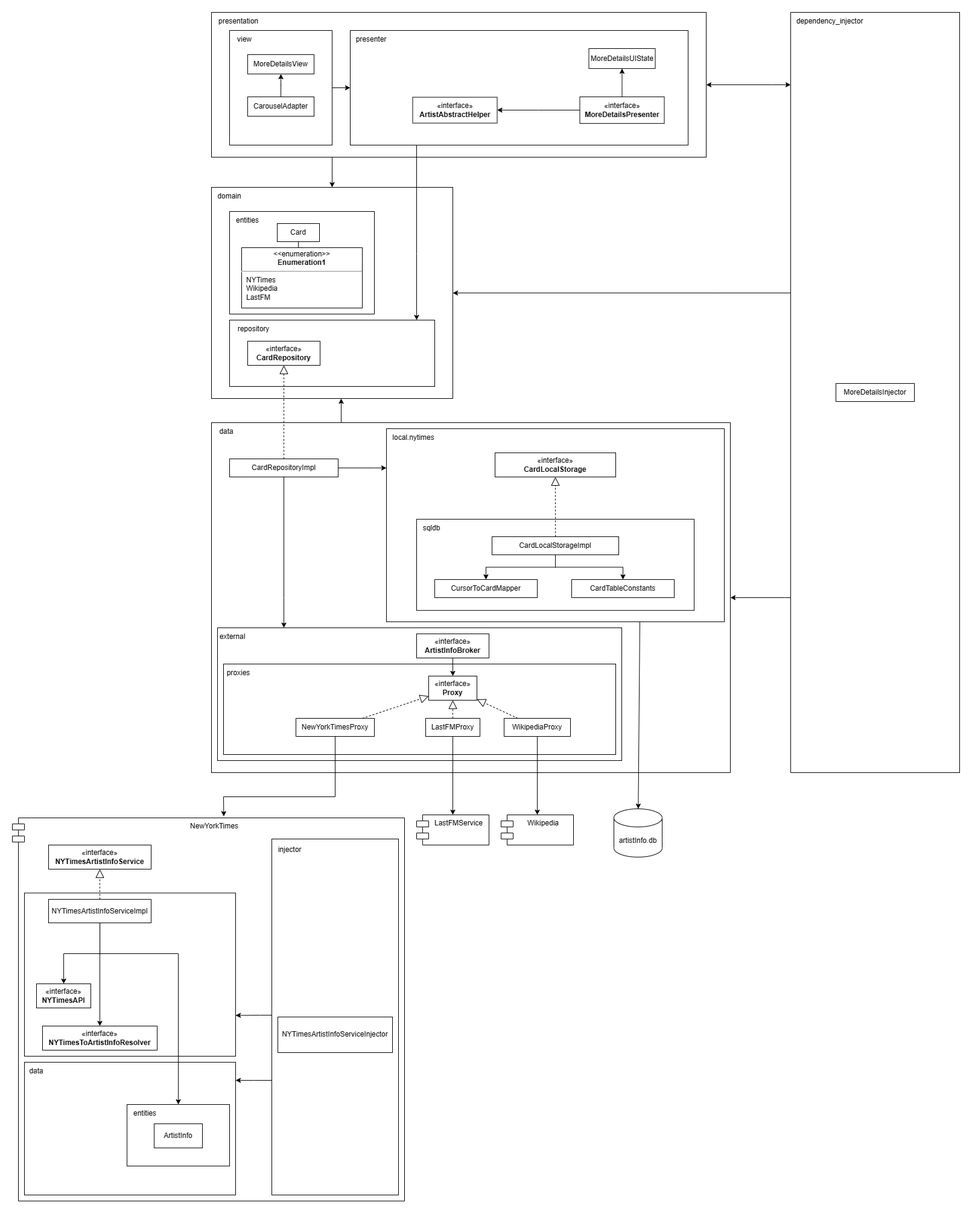
The draw.io diagram docs/moredetails_classes_diagram.png in elagarrigue/AyDS23-NewYork3, before a commit. Source tidied: cells renumbered, new cells last; positions are measured from the earlier drawing's top-left corner, leaving out a move shared by most shapes.
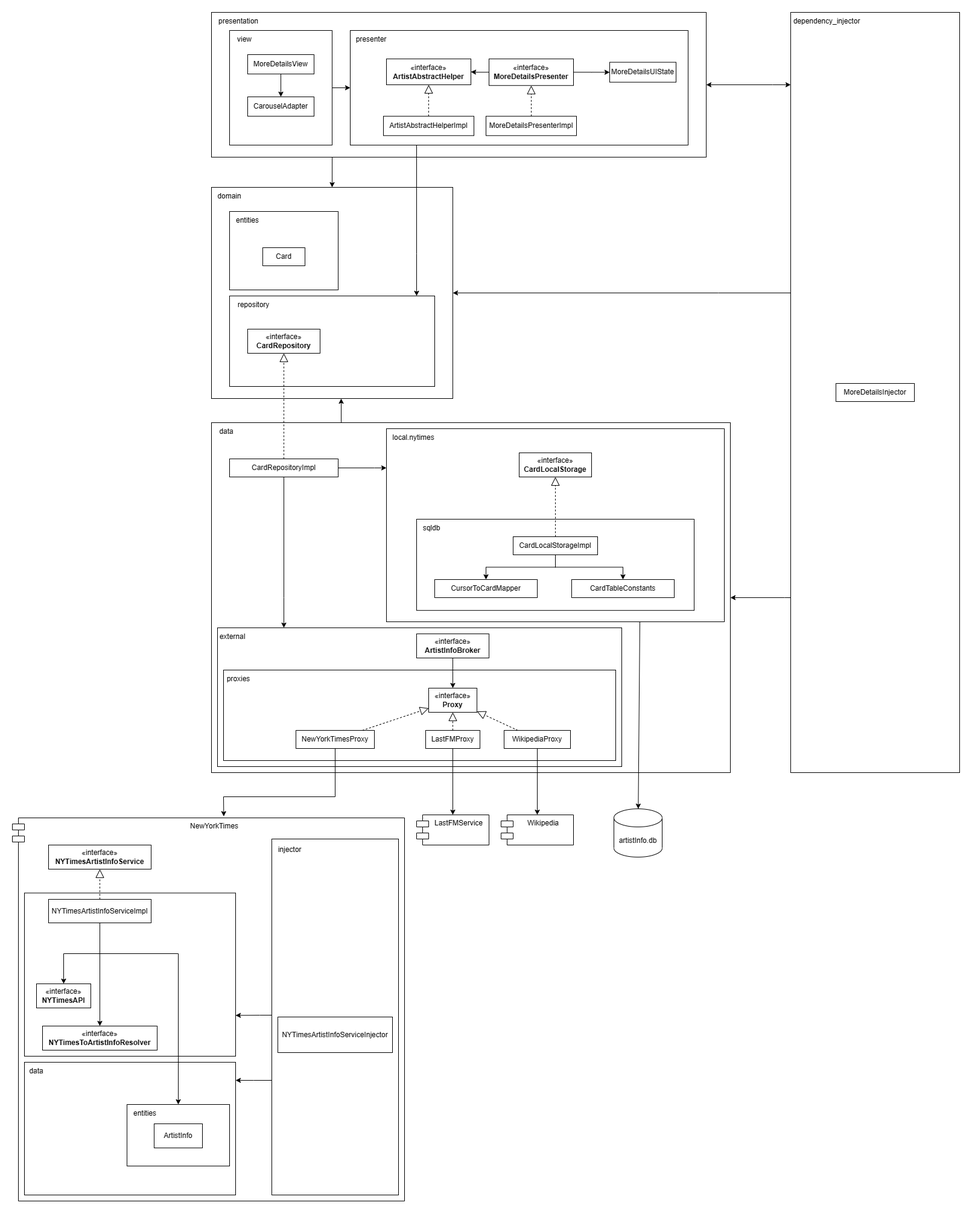
After the change.

Commit message:
Fixed `moredetails` classes diagram

Change to the diagram source:
```diff
@@ -15,17 +15,13 @@
       <mxGeometry x="230" y="30" width="560" height="190" as="geometry" />
     </mxCell>
     <mxCell id="6" value="MoreDetailsUIState" style="html=1;whiteSpace=wrap;rounded=0;" parent="2" vertex="1">
-      <mxGeometry x="625.5" y="60" width="110" height="33.1" as="geometry" />
+      <mxGeometry x="660" y="82.7" width="110" height="33.1" as="geometry" />
     </mxCell>
     <mxCell id="7" style="edgeStyle=orthogonalEdgeStyle;rounded=0;jettySize=auto;html=1;" parent="2" edge="1" source="8" target="6">
-      <mxGeometry relative="1" as="geometry">
-        <Array as="points">
-          <mxPoint x="681" y="72" />
-        </Array>
-      </mxGeometry>
+      <mxGeometry relative="1" as="geometry" />
     </mxCell>
     <mxCell id="8" value="«interface»&lt;br&gt;&lt;b&gt;MoreDetailsPresenter&lt;/b&gt;" style="html=1;whiteSpace=wrap;rounded=0;" parent="2" vertex="1">
-      <mxGeometry x="610.5" y="140" width="140" height="44.1" as="geometry" />
+      <mxGeometry x="460" y="77.1" width="140" height="44.1" as="geometry" />
     </mxCell>
     <mxCell id="9" value="presenter" style="text;html=1;strokeColor=none;fillColor=none;align=center;verticalAlign=middle;whiteSpace=wrap;rounded=0;" parent="2" vertex="1">
       <mxGeometry x="230" y="30" width="70" height="30" as="geometry" />
@@ -34,7 +30,7 @@
       <mxGeometry relative="1" as="geometry" />
     </mxCell>
     <mxCell id="11" value="«interface»&lt;br&gt;&lt;b&gt;ArtistAbstractHelper&lt;/b&gt;" style="html=1;whiteSpace=wrap;rounded=0;" parent="2" vertex="1">
-      <mxGeometry x="333.5" y="140.6" width="140" height="42.9" as="geometry" />
+      <mxGeometry x="290" y="77.1" width="140" height="42.9" as="geometry" />
     </mxCell>
     <mxCell id="12" style="edgeStyle=orthogonalEdgeStyle;rounded=0;jettySize=auto;html=1;" parent="2" edge="1" source="8" target="11">
       <mxGeometry relative="1" as="geometry" />
@@ -43,20 +39,32 @@
       <mxGeometry x="30" y="30" width="170" height="190" as="geometry" />
     </mxCell>
     <mxCell id="14" value="view" style="text;html=1;strokeColor=none;fillColor=none;align=center;verticalAlign=middle;whiteSpace=wrap;rounded=0;" parent="2" vertex="1">
-      <mxGeometry x="30" y="30" width="50" height="30.4" as="geometry" />
+      <mxGeometry x="40" y="30" width="30" height="30.4" as="geometry" />
     </mxCell>
+    <mxCell id="105" style="edgeStyle=orthogonalEdgeStyle;rounded=0;jettySize=auto;html=1;" parent="2" edge="1" source="15" target="18">
+      <mxGeometry relative="1" as="geometry" />
+    </mxCell>
     <mxCell id="15" value="MoreDetailsView" style="html=1;whiteSpace=wrap;rounded=0;" parent="2" vertex="1">
       <mxGeometry x="60" y="70" width="110" height="32.1" as="geometry" />
     </mxCell>
     <mxCell id="16" style="edgeStyle=none;jettySize=auto;html=1;rounded=0;entryX=0.5;entryY=0;entryDx=0;entryDy=0;exitX=0.244;exitY=1.002;exitDx=0;exitDy=0;exitPerimeter=0;" parent="2" edge="1" source="3" target="20">
       <mxGeometry relative="1" as="geometry" />
     </mxCell>
-    <mxCell id="17" style="edgeStyle=orthogonalEdgeStyle;rounded=0;jettySize=auto;html=1;" parent="2" edge="1" source="18" target="15">
-      <mxGeometry relative="1" as="geometry" />
-    </mxCell>
     <mxCell id="18" value="CarouselAdapter" style="html=1;whiteSpace=wrap;rounded=0;" parent="2" vertex="1">
       <mxGeometry x="60" y="140" width="110" height="32.1" as="geometry" />
     </mxCell>
+    <mxCell id="106" value="MoreDetailsPresenterImpl" style="html=1;whiteSpace=wrap;rounded=0;" parent="2" vertex="1">
+      <mxGeometry x="455" y="172.2" width="150" height="32.1" as="geometry" />
+    </mxCell>
+    <mxCell id="107" style="endArrow=block;dashed=1;endFill=0;endSize=12;html=1;" parent="2" edge="1" source="106" target="8">
+      <mxGeometry relative="1" as="geometry" />
+    </mxCell>
+    <mxCell id="108" value="ArtistAbstractHelperImpl" style="html=1;whiteSpace=wrap;rounded=0;" parent="2" vertex="1">
+      <mxGeometry x="285" y="172.1" width="150" height="32.1" as="geometry" />
+    </mxCell>
+    <mxCell id="109" style="endArrow=block;dashed=1;endFill=0;endSize=12;html=1;" parent="2" edge="1" source="108" target="11">
+      <mxGeometry relative="1" as="geometry" />
+    </mxCell>
     <mxCell id="19" style="group;" parent="1" vertex="1">
       <mxGeometry x="330" y="290" width="400" height="350" as="geometry" />
     </mxCell>
@@ -66,33 +74,24 @@
     <mxCell id="21" value="domain" style="text;html=1;strokeColor=none;fillColor=none;align=center;verticalAlign=middle;whiteSpace=wrap;rounded=0;" parent="19" vertex="1">
       <mxGeometry width="60" height="30" as="geometry" />
     </mxCell>
-    <mxCell id="22" style="group;" parent="19" vertex="1">
-      <mxGeometry x="30" y="40" width="240" height="170" as="geometry" />
-    </mxCell>
-    <mxCell id="23" style="rounded=0;whiteSpace=wrap;html=1;" parent="22" vertex="1">
-      <mxGeometry width="240" height="170" as="geometry" />
-    </mxCell>
-    <mxCell id="24" style="edgeStyle=orthogonalEdgeStyle;rounded=0;jettySize=auto;html=1;" parent="22" edge="1" source="25" target="27">
-      <mxGeometry relative="1" as="geometry" />
-    </mxCell>
-    <mxCell id="25" value="Card" style="html=1;whiteSpace=wrap;rounded=0;" parent="22" vertex="1">
-      <mxGeometry x="79" y="20" width="70" height="30" as="geometry" />
-    </mxCell>
-    <mxCell id="26" value="entities" style="text;html=1;strokeColor=none;fillColor=none;align=center;verticalAlign=middle;whiteSpace=wrap;rounded=0;" parent="22" vertex="1">
-      <mxGeometry width="60" height="30" as="geometry" />
-    </mxCell>
-    <mxCell id="27" value="&lt;p style=&quot;margin:0px;margin-top:4px;text-align:center;&quot;&gt;&amp;lt;&amp;lt;enumeration&amp;gt;&amp;gt;&lt;br&gt;&lt;b&gt;Enumeration1&lt;/b&gt;&lt;/p&gt;&lt;hr&gt;&lt;p style=&quot;margin:0px;margin-left:8px;text-align:left;&quot;&gt;NYTimes&lt;/p&gt;&lt;p style=&quot;margin:0px;margin-left:8px;text-align:left;&quot;&gt;Wikipedia&lt;/p&gt;&lt;p style=&quot;margin:0px;margin-left:8px;text-align:left;&quot;&gt;LastFM&lt;/p&gt;" style="shape=rect;html=1;overflow=fill;whiteSpace=wrap;" parent="22" vertex="1">
-      <mxGeometry x="20" y="60" width="200" height="100" as="geometry" />
-    </mxCell>
     <mxCell id="28" style="rounded=0;whiteSpace=wrap;html=1;" parent="19" vertex="1">
-      <mxGeometry x="30" y="220" width="340" height="110" as="geometry" />
+      <mxGeometry x="30" y="180" width="340" height="150" as="geometry" />
     </mxCell>
     <mxCell id="29" value="repository" style="text;html=1;strokeColor=none;fillColor=none;align=center;verticalAlign=middle;whiteSpace=wrap;rounded=0;" parent="19" vertex="1">
-      <mxGeometry x="30" y="220" width="80" height="30" as="geometry" />
+      <mxGeometry x="30" y="180" width="80" height="30" as="geometry" />
     </mxCell>
     <mxCell id="30" value="«interface»&lt;br&gt;&lt;b&gt;CardRepository&lt;/b&gt;" style="html=1;whiteSpace=wrap;rounded=0;" parent="19" vertex="1">
-      <mxGeometry x="60" y="255" width="120" height="40" as="geometry" />
+      <mxGeometry x="60" y="235" width="120" height="40" as="geometry" />
     </mxCell>
+    <mxCell id="23" style="rounded=0;whiteSpace=wrap;html=1;" parent="19" vertex="1">
+      <mxGeometry x="30" y="40" width="180" height="130" as="geometry" />
+    </mxCell>
+    <mxCell id="25" value="Card" style="html=1;whiteSpace=wrap;rounded=0;" parent="19" vertex="1">
+      <mxGeometry x="85" y="100" width="70" height="30" as="geometry" />
+    </mxCell>
+    <mxCell id="26" value="entities" style="text;html=1;strokeColor=none;fillColor=none;align=center;verticalAlign=middle;whiteSpace=wrap;rounded=0;" parent="19" vertex="1">
+      <mxGeometry x="30" y="40" width="60" height="30" as="geometry" />
+    </mxCell>
     <mxCell id="31" style="group;" parent="1" vertex="1">
       <mxGeometry x="330" y="680" width="980" height="580" as="geometry" />
     </mxCell>
@@ -146,7 +145,7 @@
       <mxGeometry relative="1" as="geometry" />
     </mxCell>
     <mxCell id="45" value="CardLocalStorageImpl" style="html=1;whiteSpace=wrap;rounded=0;" parent="40" vertex="1">
-      <mxGeometry x="125" y="29" width="210" height="30" as="geometry" />
+      <mxGeometry x="160" y="29" width="140" height="30" as="geometry" />
     </mxCell>
     <mxCell id="46" value="CardTableConstants" style="html=1;whiteSpace=wrap;rounded=0;" parent="40" vertex="1">
       <mxGeometry x="257" y="100" width="170" height="30" as="geometry" />
@@ -155,19 +154,19 @@
       <mxGeometry x="30" y="100" width="170" height="30" as="geometry" />
     </mxCell>
     <mxCell id="48" value="«interface»&lt;br&gt;&lt;b&gt;CardLocalStorage&lt;/b&gt;" style="html=1;whiteSpace=wrap;rounded=0;" parent="37" vertex="1">
-      <mxGeometry x="180" y="40" width="200" height="40" as="geometry" />
+      <mxGeometry x="220" y="40" width="120" height="40" as="geometry" />
     </mxCell>
     <mxCell id="49" style="endArrow=block;dashed=1;endFill=0;endSize=12;html=1;rounded=0;" parent="37" edge="1" source="45" target="48">
       <mxGeometry relative="1" as="geometry" />
     </mxCell>
     <mxCell id="50" style="rounded=0;whiteSpace=wrap;html=1;" parent="31" vertex="1">
-      <mxGeometry x="10" y="340" width="670" height="220" as="geometry" />
+      <mxGeometry x="10" y="340" width="670" height="230" as="geometry" />
     </mxCell>
     <mxCell id="51" value="external" style="text;html=1;strokeColor=none;fillColor=none;align=center;verticalAlign=middle;whiteSpace=wrap;rounded=0;" parent="31" vertex="1">
       <mxGeometry x="10" y="340" width="50" height="30" as="geometry" />
     </mxCell>
     <mxCell id="52" style="rounded=0;whiteSpace=wrap;html=1;" parent="31" vertex="1">
-      <mxGeometry x="20" y="400" width="650" height="150" as="geometry" />
+      <mxGeometry x="20" y="410" width="650" height="150" as="geometry" />
     </mxCell>
     <mxCell id="53" style="edgeStyle=orthogonalEdgeStyle;rounded=0;orthogonalLoop=1;jettySize=auto;html=1;" parent="31" edge="1">
       <mxGeometry relative="1" as="geometry">
@@ -180,10 +179,10 @@
       </mxGeometry>
     </mxCell>
     <mxCell id="55" value="proxies" style="text;html=1;strokeColor=none;fillColor=none;align=center;verticalAlign=middle;whiteSpace=wrap;rounded=0;" parent="31" vertex="1">
-      <mxGeometry x="20" y="400" width="50" height="30" as="geometry" />
+      <mxGeometry x="20" y="410" width="50" height="30" as="geometry" />
     </mxCell>
     <mxCell id="56" value="«interface»&lt;br&gt;&lt;b&gt;Proxy&lt;/b&gt;" style="html=1;whiteSpace=wrap;rounded=0;" parent="31" vertex="1">
-      <mxGeometry x="360" y="420" width="80" height="40" as="geometry" />
+      <mxGeometry x="360" y="440" width="80" height="40" as="geometry" />
     </mxCell>
     <mxCell id="57" style="edgeStyle=orthogonalEdgeStyle;rounded=0;jettySize=auto;html=1;" parent="31" edge="1" source="58" target="56">
       <mxGeometry relative="1" as="geometry" />
@@ -192,13 +191,13 @@
       <mxGeometry x="340" y="350" width="120" height="40" as="geometry" />
     </mxCell>
     <mxCell id="59" value="NewYorkTimesProxy" style="html=1;whiteSpace=wrap;rounded=0;" parent="31" vertex="1">
-      <mxGeometry x="140" y="490" width="130" height="30" as="geometry" />
+      <mxGeometry x="140" y="510" width="130" height="30" as="geometry" />
     </mxCell>
     <mxCell id="60" value="LastFMProxy" style="html=1;whiteSpace=wrap;rounded=0;" parent="31" vertex="1">
-      <mxGeometry x="355" y="490" width="90" height="30" as="geometry" />
+      <mxGeometry x="355" y="510" width="90" height="30" as="geometry" />
     </mxCell>
     <mxCell id="61" value="WikipediaProxy" style="html=1;whiteSpace=wrap;rounded=0;" parent="31" vertex="1">
-      <mxGeometry x="485" y="490" width="110" height="30" as="geometry" />
+      <mxGeometry x="485" y="510" width="110" height="30" as="geometry" />
     </mxCell>
     <mxCell id="62" style="endArrow=block;dashed=1;endFill=0;endSize=12;html=1;rounded=0;" parent="31" edge="1" source="61" target="56">
       <mxGeometry relative="1" as="geometry" />
@@ -256,7 +255,7 @@
       <mxGeometry x="75" y="615" width="130" height="30" as="geometry" />
     </mxCell>
     <mxCell id="73" value="dependency_injector" style="text;html=1;strokeColor=none;fillColor=none;align=center;verticalAlign=middle;whiteSpace=wrap;rounded=0;" parent="70" vertex="1">
-      <mxGeometry width="130" height="30" as="geometry" />
+      <mxGeometry width="120" height="30" as="geometry" />
     </mxCell>
     <mxCell id="74" value="artistInfo.db" style="shape=cylinder3;whiteSpace=wrap;html=1;boundedLbl=1;backgroundOutline=1;size=15;" parent="1" vertex="1">
       <mxGeometry x="997" y="1320" width="80" height="80" as="geometry" />
```
